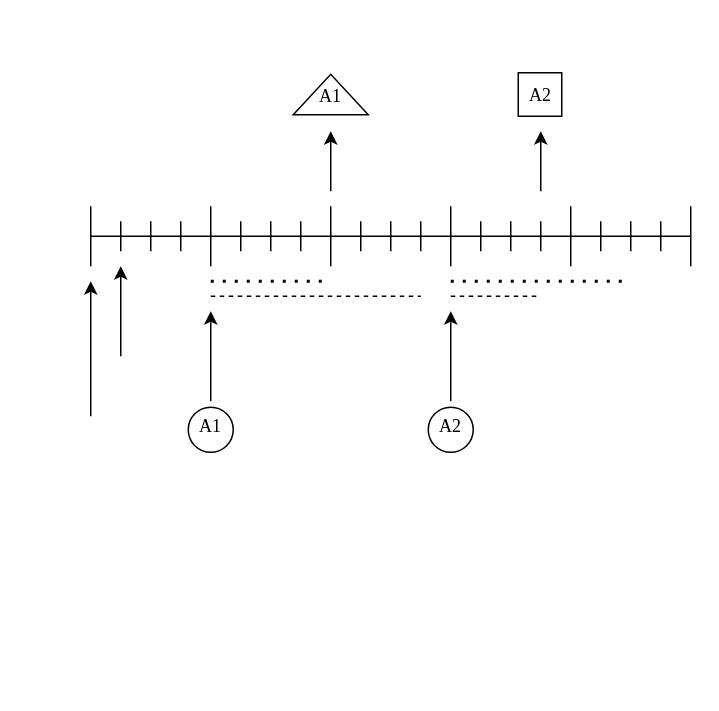
The draw.io diagram Untitled Diagram.drawio in mrKust/Model, before the edit. Source tidied: cells renumbered, new cells numbered last; positions are measured from the earlier drawing's top-left corner, leaving out a move shared by most shapes. Both pictures are drawn from the tidied source at 150%, with x=0, y=0 at pixel (90, 72).
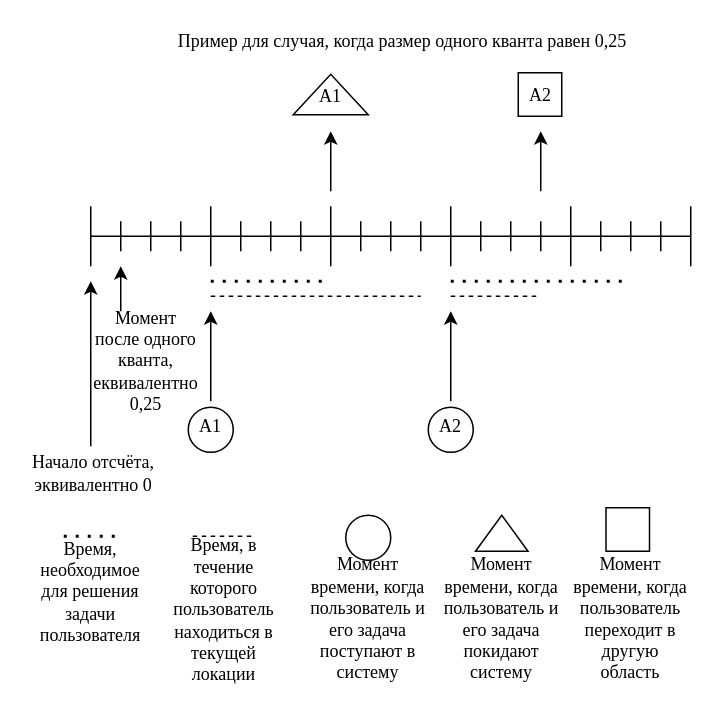
The same page after the edit.

Diff of the diagram source:
```diff
@@
     <mxCell id="26" style="endArrow=classic;html=1;" parent="1" edge="1">
       <mxGeometry relative="1" as="geometry">
-        <mxPoint x="20" y="189" as="sourcePoint" />
+        <mxPoint x="20" y="159" as="sourcePoint" />
         <mxPoint x="20" y="129" as="targetPoint" />
       </mxGeometry>
     </mxCell>
-    <mxCell id="27" style="endArrow=classic;html=1;" parent="1" edge="1">
-      <mxGeometry relative="1" as="geometry">
-        <mxPoint y="229" as="sourcePoint" />
-        <mxPoint y="139" as="targetPoint" />
-      </mxGeometry>
-    </mxCell>
@@
+    <mxCell id="42" style="endArrow=none;dashed=1;html=1;dashPattern=1 3;strokeWidth=2;" parent="1" edge="1">
+      <mxGeometry relative="1" as="geometry">
+        <mxPoint x="-18" y="309" as="sourcePoint" />
+        <mxPoint x="22" y="309" as="targetPoint" />
+      </mxGeometry>
+    </mxCell>
+    <mxCell id="43" style="endArrow=none;dashed=1;html=1;" parent="1" edge="1">
+      <mxGeometry relative="1" as="geometry">
+        <mxPoint x="68" y="309" as="sourcePoint" />
+        <mxPoint x="108" y="309" as="targetPoint" />
+      </mxGeometry>
+    </mxCell>
+    <mxCell id="44" style="ellipse;whiteSpace=wrap;html=1;fontFamily=Times New Roman;" parent="1" vertex="1">
+      <mxGeometry x="170" y="295" width="30" height="30" as="geometry" />
+    </mxCell>
+    <mxCell id="45" style="triangle;whiteSpace=wrap;html=1;fontFamily=Times New Roman;direction=north;" parent="1" vertex="1">
+      <mxGeometry x="256.5" y="295" width="35" height="24" as="geometry" />
+    </mxCell>
+    <mxCell id="46" style="whiteSpace=wrap;html=1;fontFamily=Times New Roman;" parent="1" vertex="1">
+      <mxGeometry x="343.5" y="290" width="29" height="29" as="geometry" />
+    </mxCell>
+    <mxCell id="47" value="Время, необходимое для решения задачи пользователя" style="text;html=1;strokeColor=none;fillColor=none;align=center;verticalAlign=middle;whiteSpace=wrap;rounded=0;fontFamily=Times New Roman;" parent="1" vertex="1">
+      <mxGeometry x="-40" y="301" width="80" height="90" as="geometry" />
+    </mxCell>
+    <mxCell id="48" value="Время, в течение которого пользователь находиться в текущей локации" style="text;html=1;strokeColor=none;fillColor=none;align=center;verticalAlign=middle;whiteSpace=wrap;rounded=0;fontFamily=Times New Roman;" parent="1" vertex="1">
+      <mxGeometry x="49" y="313" width="80" height="90" as="geometry" />
+    </mxCell>
+    <mxCell id="49" value="Момент времени, когда пользователь и его задача поступают в систему" style="text;html=1;strokeColor=none;fillColor=none;align=center;verticalAlign=middle;whiteSpace=wrap;rounded=0;fontFamily=Times New Roman;" parent="1" vertex="1">
+      <mxGeometry x="145" y="319" width="80" height="90" as="geometry" />
+    </mxCell>
+    <mxCell id="50" value="Момент времени, когда пользователь и его задача покидают систему" style="text;html=1;strokeColor=none;fillColor=none;align=center;verticalAlign=middle;whiteSpace=wrap;rounded=0;fontFamily=Times New Roman;" parent="1" vertex="1">
+      <mxGeometry x="234" y="319" width="80" height="90" as="geometry" />
+    </mxCell>
+    <mxCell id="51" value="Момент времени, когда пользователь переходит в другую область" style="text;html=1;strokeColor=none;fillColor=none;align=center;verticalAlign=middle;whiteSpace=wrap;rounded=0;fontFamily=Times New Roman;" parent="1" vertex="1">
+      <mxGeometry x="320" y="319" width="80" height="90" as="geometry" />
+    </mxCell>
+    <mxCell id="52" value="Пример для случая, когда размер одного кванта равен 0,25" style="text;html=1;strokeColor=none;fillColor=none;align=center;verticalAlign=middle;whiteSpace=wrap;rounded=0;fontFamily=Times New Roman;" parent="1" vertex="1">
+      <mxGeometry x="42.5" y="-31" width="330" height="20" as="geometry" />
+    </mxCell>
+    <mxCell id="53" value="Начало отсчёта, эквивалентно 0" style="text;html=1;strokeColor=none;fillColor=none;align=center;verticalAlign=middle;whiteSpace=wrap;rounded=0;fontFamily=Times New Roman;" parent="1" vertex="1">
+      <mxGeometry x="-43" y="249" width="90" height="35" as="geometry" />
+    </mxCell>
+    <mxCell id="54" value="Момент после одного кванта, еквивалентно 0,25" style="text;html=1;strokeColor=none;fillColor=none;align=center;verticalAlign=middle;whiteSpace=wrap;rounded=0;fontFamily=Times New Roman;" parent="1" vertex="1">
+      <mxGeometry x="2" y="174" width="70" height="35" as="geometry" />
+    </mxCell>
+    <mxCell id="55" style="endArrow=classic;html=1;fontFamily=Times New Roman;" parent="1" edge="1">
+      <mxGeometry relative="1" as="geometry">
+        <mxPoint y="249" as="sourcePoint" />
+        <mxPoint y="139" as="targetPoint" />
+      </mxGeometry>
+    </mxCell>
```
